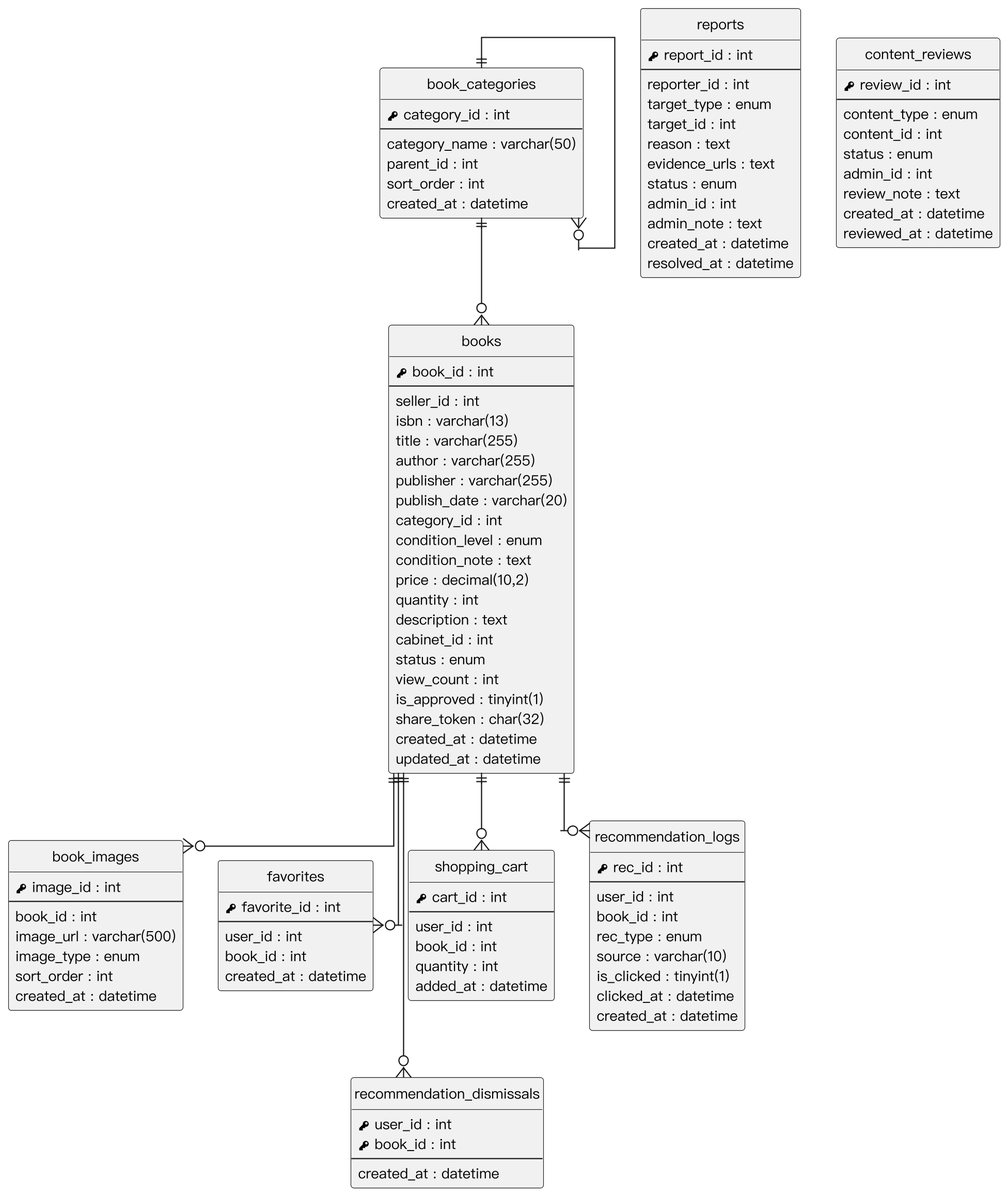
Earlier version of the PlantUML export Diagrams/Relational Tables/v3/er_books.png (SaveMyBook/SaveMyBook).
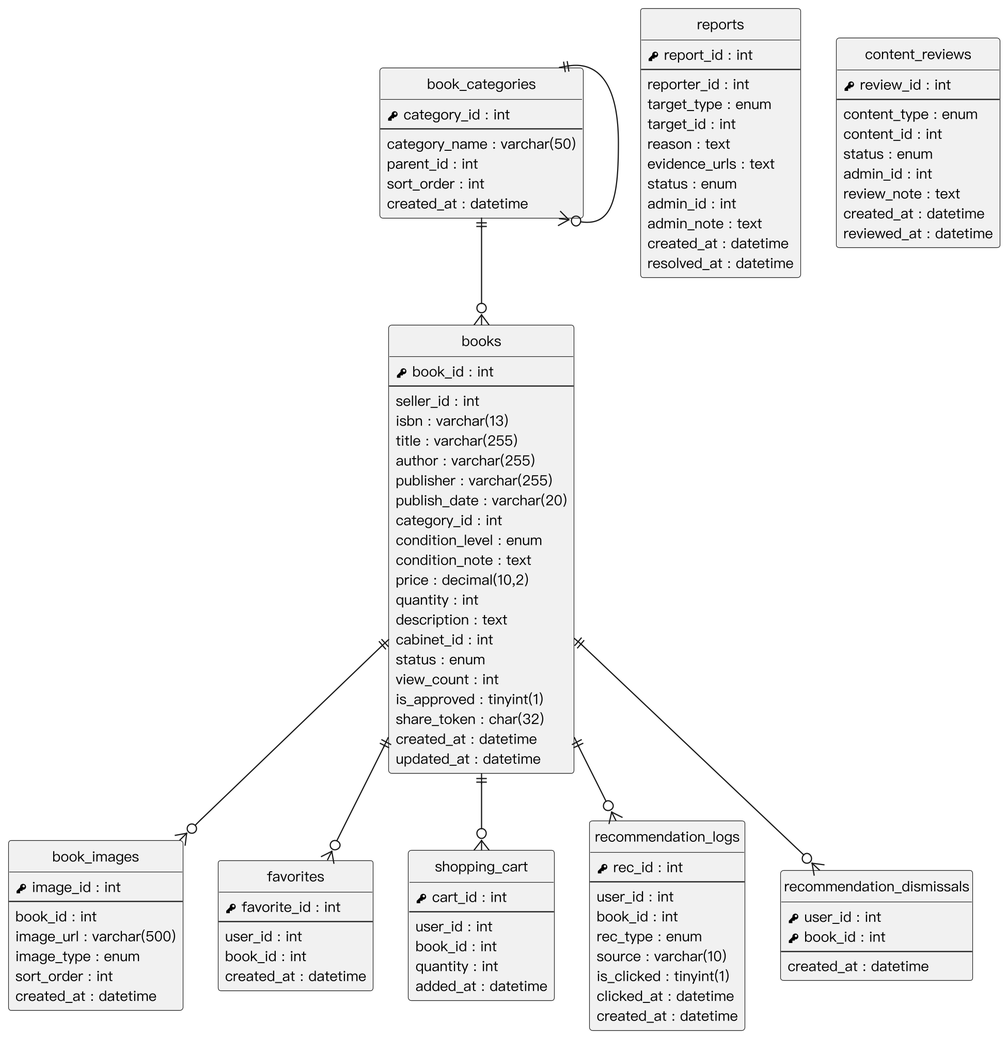
Above is the later version.

Change to the diagram source:
```diff
@@ -4,7 +4,7 @@
 skinparam dpi 220
 skinparam defaultFontName "PingFang TC"
 skinparam defaultFontSize 12
-skinparam linetype ortho
+skinparam linetype polyline
 skinparam nodesep 30
 skinparam ranksep 40
 hide circle
@@ -114,5 +114,4 @@
 books ||--o{ shopping_cart
 books ||--o{ recommendation_logs
 books ||--o{ recommendation_dismissals
-book_images -[hidden]down- recommendation_dismissals
 @enduml
```
